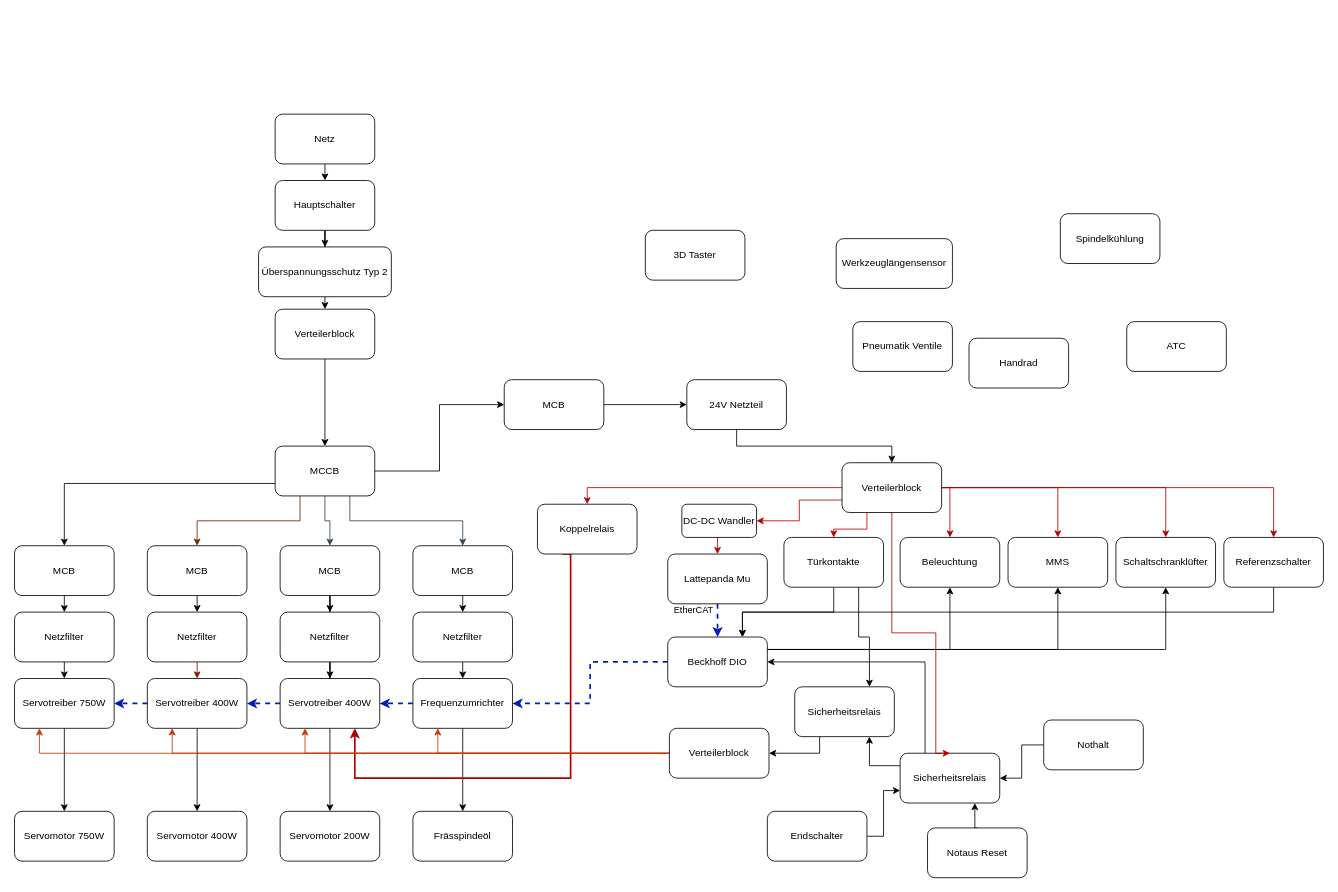
Before: Schaltschrank.drawio in Schlemihl45/DATUM-controll, a draw.io diagram. Source tidied: cells renumbered, new cells numbered last; positions are measured from the earlier drawing's top-left corner, leaving out a move shared by most shapes. Both pictures are drawn from the tidied source at 83%, with x=0, y=0 at pixel (14, 114).
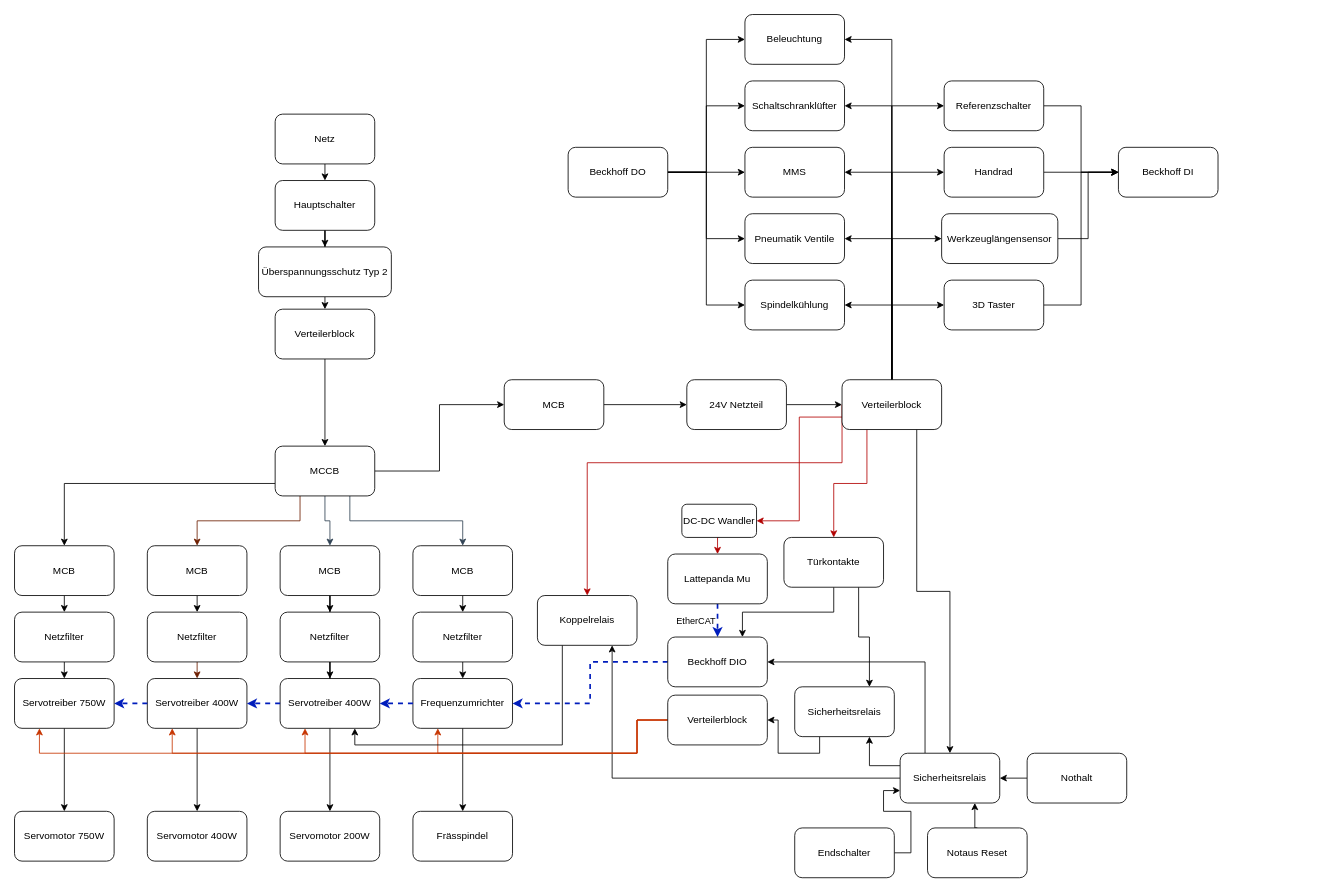
Above is the later version.

Unchanged cells that the change refers to:
```xml
<mxCell id="3" value="Servotreiber 750W" style="rounded=1;whiteSpace=wrap;html=1;" parent="1" vertex="1">
  <mxGeometry y="680" width="120" height="60" as="geometry" />
</mxCell>
<mxCell id="5" value="&lt;div&gt;Servotreiber 400W&lt;/div&gt;" style="rounded=1;whiteSpace=wrap;html=1;" parent="1" vertex="1">
  <mxGeometry x="160" y="680" width="120" height="60" as="geometry" />
</mxCell>
<mxCell id="7" value="&lt;div&gt;Servotreiber 400W&lt;/div&gt;" style="rounded=1;whiteSpace=wrap;html=1;" parent="1" vertex="1">
  <mxGeometry x="320" y="680" width="120" height="60" as="geometry" />
</mxCell>
<mxCell id="9" value="Frequenzumrichter" style="rounded=1;whiteSpace=wrap;html=1;" parent="1" vertex="1">
  <mxGeometry x="480" y="680" width="120" height="60" as="geometry" />
</mxCell>
<mxCell id="18" value="Sicherheitsrelais" style="rounded=1;whiteSpace=wrap;html=1;" parent="1" vertex="1">
  <mxGeometry x="1067" y="770" width="120" height="60" as="geometry" />
</mxCell>
<mxCell id="29" value="24V Netzteil" style="rounded=1;whiteSpace=wrap;html=1;" parent="1" vertex="1">
  <mxGeometry x="810" y="320" width="120" height="60" as="geometry" />
</mxCell>
<mxCell id="40" style="edgeStyle=orthogonalEdgeStyle;rounded=0;jettySize=auto;html=1;exitX=0.5;exitY=1;exitDx=0;exitDy=0;strokeWidth=2;fillColor=#0050ef;strokeColor=#001DBC;dashed=1;" parent="1" edge="1" source="42" target="88">
  <mxGeometry relative="1" as="geometry" />
</mxCell>
<mxCell id="88" value="Beckhoff DIO" style="rounded=1;whiteSpace=wrap;html=1;" parent="1" vertex="1">
  <mxGeometry x="787" y="630" width="120" height="60" as="geometry" />
</mxCell>
```

What changed in the source:
```diff
@@
-    <mxCell id="13" value="Frässpindeöl" style="rounded=1;whiteSpace=wrap;html=1;" parent="1" vertex="1">
+    <mxCell id="13" value="Frässpindel" style="rounded=1;whiteSpace=wrap;html=1;" parent="1" vertex="1">
       <mxGeometry x="480" y="840" width="120" height="60" as="geometry" />
     </mxCell>
@@
+    <mxCell id="107" style="edgeStyle=orthogonalEdgeStyle;rounded=0;jettySize=auto;html=1;exitX=0;exitY=0.5;exitDx=0;exitDy=0;entryX=0.75;entryY=1;entryDx=0;entryDy=0;" parent="1" edge="1" source="18" target="94">
+      <mxGeometry relative="1" as="geometry" />
+    </mxCell>
@@
     <mxCell id="20" value="Nothalt" style="rounded=1;whiteSpace=wrap;html=1;" parent="1" vertex="1">
-      <mxGeometry x="1240" y="730" width="120" height="60" as="geometry" />
+      <mxGeometry x="1220" y="770" width="120" height="60" as="geometry" />
     </mxCell>
@@
-    <mxCell id="28" style="edgeStyle=orthogonalEdgeStyle;rounded=0;jettySize=auto;html=1;exitX=0.5;exitY=1;exitDx=0;exitDy=0;entryX=0.5;entryY=0;entryDx=0;entryDy=0;" parent="1" edge="1" source="29" target="54">
+    <mxCell id="28" style="edgeStyle=orthogonalEdgeStyle;rounded=0;jettySize=auto;html=1;exitX=1;exitY=0.5;exitDx=0;exitDy=0;entryX=0;entryY=0.5;entryDx=0;entryDy=0;" parent="1" edge="1" source="29" target="54">
       <mxGeometry relative="1" as="geometry" />
     </mxCell>
@@
     <mxCell id="41" value="EtherCAT" style="edgeLabel;html=1;align=center;verticalAlign=middle;" parent="40" vertex="1">
       <mxGeometry x="-0.36" relative="1" as="geometry">
-        <mxPoint x="-30" y="-6" as="offset" />
+        <mxPoint x="-27" y="7" as="offset" />
       </mxGeometry>
     </mxCell>
@@
-    <mxCell id="45" style="edgeStyle=orthogonalEdgeStyle;rounded=0;jettySize=auto;html=1;exitX=0.25;exitY=1;exitDx=0;exitDy=0;entryX=0.75;entryY=1;entryDx=0;entryDy=0;fillColor=#e51400;strokeColor=#B20000;strokeWidth=2;" parent="1" edge="1" source="94" target="7">
-      <mxGeometry relative="1" as="geometry">
-        <Array as="points">
-          <mxPoint x="670" y="530" />
-          <mxPoint x="670" y="800" />
-          <mxPoint x="410" y="800" />
-        </Array>
-      </mxGeometry>
-    </mxCell>
-    <mxCell id="46" style="edgeStyle=orthogonalEdgeStyle;rounded=0;jettySize=auto;html=1;exitX=0.5;exitY=1;exitDx=0;exitDy=0;entryX=0.5;entryY=0;entryDx=0;entryDy=0;fillColor=#e51400;strokeColor=#B20000;" parent="1" edge="1" source="54" target="18">
-      <mxGeometry relative="1" as="geometry">
-        <Array as="points">
-          <mxPoint x="1057" y="625" />
-          <mxPoint x="1110" y="625" />
-          <mxPoint x="1110" y="770" />
-        </Array>
-      </mxGeometry>
-    </mxCell>
-    <mxCell id="47" style="edgeStyle=orthogonalEdgeStyle;rounded=0;jettySize=auto;html=1;exitX=1;exitY=0.5;exitDx=0;exitDy=0;entryX=0.5;entryY=0;entryDx=0;entryDy=0;fillColor=#e51400;strokeColor=#B20000;" parent="1" edge="1" source="54" target="90">
-      <mxGeometry relative="1" as="geometry">
-        <Array as="points">
-          <mxPoint x="1127" y="450" />
-        </Array>
-      </mxGeometry>
-    </mxCell>
-    <mxCell id="48" style="edgeStyle=orthogonalEdgeStyle;rounded=0;jettySize=auto;html=1;exitX=1;exitY=0.5;exitDx=0;exitDy=0;entryX=0.5;entryY=0;entryDx=0;entryDy=0;fillColor=#e51400;strokeColor=#B20000;" parent="1" edge="1" source="54" target="91">
-      <mxGeometry relative="1" as="geometry" />
-    </mxCell>
-    <mxCell id="49" style="edgeStyle=orthogonalEdgeStyle;rounded=0;jettySize=auto;html=1;exitX=1;exitY=0.5;exitDx=0;exitDy=0;entryX=0.5;entryY=0;entryDx=0;entryDy=0;fillColor=#e51400;strokeColor=#B20000;" parent="1" edge="1" source="54" target="81">
-      <mxGeometry relative="1" as="geometry" />
-    </mxCell>
-    <mxCell id="50" style="edgeStyle=orthogonalEdgeStyle;rounded=0;jettySize=auto;html=1;exitX=1;exitY=0.5;exitDx=0;exitDy=0;entryX=0.5;entryY=0;entryDx=0;entryDy=0;fillColor=#e51400;strokeColor=#B20000;" parent="1" edge="1" source="54" target="89">
-      <mxGeometry relative="1" as="geometry" />
-    </mxCell>
@@
     <mxCell id="53" style="edgeStyle=orthogonalEdgeStyle;rounded=0;jettySize=auto;html=1;exitX=0;exitY=0.5;exitDx=0;exitDy=0;entryX=0.5;entryY=0;entryDx=0;entryDy=0;fillColor=#e51400;strokeColor=#B20000;" parent="1" edge="1" source="54" target="94">
-      <mxGeometry relative="1" as="geometry" />
+      <mxGeometry relative="1" as="geometry">
+        <Array as="points">
+          <mxPoint x="997" y="420" />
+          <mxPoint x="690" y="420" />
+        </Array>
+      </mxGeometry>
     </mxCell>
+    <mxCell id="46" style="edgeStyle=orthogonalEdgeStyle;rounded=0;jettySize=auto;html=1;exitX=0.75;exitY=1;exitDx=0;exitDy=0;entryX=0.5;entryY=0;entryDx=0;entryDy=0;" parent="1" edge="1" source="54" target="18">
+      <mxGeometry relative="1" as="geometry" />
+    </mxCell>
+    <mxCell id="108" style="edgeStyle=orthogonalEdgeStyle;rounded=0;jettySize=auto;html=1;exitX=0.5;exitY=0;exitDx=0;exitDy=0;entryX=1;entryY=0.5;entryDx=0;entryDy=0;" parent="1" edge="1" source="54" target="105">
+      <mxGeometry relative="1" as="geometry" />
+    </mxCell>
+    <mxCell id="109" style="edgeStyle=orthogonalEdgeStyle;rounded=0;jettySize=auto;html=1;exitX=0.5;exitY=0;exitDx=0;exitDy=0;entryX=1;entryY=0.5;entryDx=0;entryDy=0;" parent="1" edge="1" source="54" target="103">
+      <mxGeometry relative="1" as="geometry" />
+    </mxCell>
+    <mxCell id="48" style="edgeStyle=orthogonalEdgeStyle;rounded=0;jettySize=auto;html=1;exitX=0.5;exitY=0;exitDx=0;exitDy=0;entryX=1;entryY=0.5;entryDx=0;entryDy=0;" parent="1" edge="1" source="54" target="91">
+      <mxGeometry relative="1" as="geometry" />
+    </mxCell>
+    <mxCell id="50" style="edgeStyle=orthogonalEdgeStyle;rounded=0;jettySize=auto;html=1;exitX=0.5;exitY=0;exitDx=0;exitDy=0;entryX=1;entryY=0.5;entryDx=0;entryDy=0;" parent="1" edge="1" source="54" target="89">
+      <mxGeometry relative="1" as="geometry" />
+    </mxCell>
+    <mxCell id="110" style="edgeStyle=orthogonalEdgeStyle;rounded=0;jettySize=auto;html=1;exitX=0.5;exitY=0;exitDx=0;exitDy=0;entryX=0;entryY=0.5;entryDx=0;entryDy=0;" parent="1" edge="1" source="54" target="102">
+      <mxGeometry relative="1" as="geometry" />
+    </mxCell>
+    <mxCell id="111" style="edgeStyle=orthogonalEdgeStyle;rounded=0;jettySize=auto;html=1;exitX=0.5;exitY=0;exitDx=0;exitDy=0;entryX=0;entryY=0.5;entryDx=0;entryDy=0;" parent="1" edge="1" source="54" target="101">
+      <mxGeometry relative="1" as="geometry" />
+    </mxCell>
+    <mxCell id="112" style="edgeStyle=orthogonalEdgeStyle;rounded=0;jettySize=auto;html=1;exitX=0.5;exitY=0;exitDx=0;exitDy=0;entryX=0;entryY=0.5;entryDx=0;entryDy=0;" parent="1" edge="1" source="54" target="104">
+      <mxGeometry relative="1" as="geometry" />
+    </mxCell>
+    <mxCell id="47" style="edgeStyle=orthogonalEdgeStyle;rounded=0;jettySize=auto;html=1;exitX=0.5;exitY=0;exitDx=0;exitDy=0;entryX=1;entryY=0.5;entryDx=0;entryDy=0;" parent="1" edge="1" source="54" target="90">
+      <mxGeometry relative="1" as="geometry" />
+    </mxCell>
+    <mxCell id="49" style="edgeStyle=orthogonalEdgeStyle;rounded=0;jettySize=auto;html=1;exitX=0.5;exitY=0;exitDx=0;exitDy=0;entryX=0;entryY=0.5;entryDx=0;entryDy=0;" parent="1" edge="1" source="54" target="81">
+      <mxGeometry relative="1" as="geometry" />
+    </mxCell>
     <mxCell id="54" value="Verteilerblock" style="rounded=1;whiteSpace=wrap;html=1;" parent="1" vertex="1">
-      <mxGeometry x="997" y="420" width="120" height="60" as="geometry" />
+      <mxGeometry x="997" y="320" width="120" height="60" as="geometry" />
     </mxCell>
@@
     <mxCell id="70" style="edgeStyle=orthogonalEdgeStyle;rounded=0;jettySize=auto;html=1;exitX=0;exitY=0.5;exitDx=0;exitDy=0;entryX=0.25;entryY=1;entryDx=0;entryDy=0;fillColor=#fa6800;strokeColor=#C73500;" parent="1" edge="1" source="74" target="9">
       <mxGeometry relative="1" as="geometry">
         <Array as="points">
-          <mxPoint x="789" y="770" />
+          <mxPoint x="750" y="730" />
+          <mxPoint x="750" y="770" />
           <mxPoint x="510" y="770" />
         </Array>
       </mxGeometry>
     </mxCell>
     <mxCell id="71" style="edgeStyle=orthogonalEdgeStyle;rounded=0;jettySize=auto;html=1;exitX=0;exitY=0.5;exitDx=0;exitDy=0;entryX=0.25;entryY=1;entryDx=0;entryDy=0;fillColor=#fa6800;strokeColor=#C73500;" parent="1" edge="1" source="74" target="7">
       <mxGeometry relative="1" as="geometry">
         <Array as="points">
-          <mxPoint x="789" y="770" />
+          <mxPoint x="750" y="730" />
+          <mxPoint x="750" y="770" />
           <mxPoint x="350" y="770" />
         </Array>
       </mxGeometry>
     </mxCell>
     <mxCell id="72" style="edgeStyle=orthogonalEdgeStyle;rounded=0;jettySize=auto;html=1;exitX=0;exitY=0.5;exitDx=0;exitDy=0;entryX=0.25;entryY=1;entryDx=0;entryDy=0;fillColor=#fa6800;strokeColor=#C73500;" parent="1" edge="1" source="74" target="5">
       <mxGeometry relative="1" as="geometry">
         <Array as="points">
-          <mxPoint x="789" y="770" />
+          <mxPoint x="750" y="730" />
+          <mxPoint x="750" y="770" />
           <mxPoint x="190" y="770" />
         </Array>
       </mxGeometry>
     </mxCell>
     <mxCell id="73" style="edgeStyle=orthogonalEdgeStyle;rounded=0;jettySize=auto;html=1;exitX=0;exitY=0.5;exitDx=0;exitDy=0;entryX=0.25;entryY=1;entryDx=0;entryDy=0;fillColor=#fa6800;strokeColor=#C73500;" parent="1" edge="1" source="74" target="3">
       <mxGeometry relative="1" as="geometry">
         <Array as="points">
-          <mxPoint x="789" y="770" />
+          <mxPoint x="750" y="730" />
+          <mxPoint x="750" y="770" />
           <mxPoint x="30" y="770" />
         </Array>
       </mxGeometry>
     </mxCell>
     <mxCell id="74" value="Verteilerblock" style="rounded=1;whiteSpace=wrap;html=1;" parent="1" vertex="1">
-      <mxGeometry x="789" y="740" width="120" height="60" as="geometry" />
+      <mxGeometry x="787" y="700" width="120" height="60" as="geometry" />
     </mxCell>
@@
-    <mxCell id="80" style="edgeStyle=orthogonalEdgeStyle;rounded=0;jettySize=auto;html=1;exitX=0.5;exitY=1;exitDx=0;exitDy=0;entryX=0.75;entryY=0;entryDx=0;entryDy=0;" parent="1" edge="1" source="81" target="88">
-      <mxGeometry relative="1" as="geometry" />
-    </mxCell>
+    <mxCell id="113" style="edgeStyle=orthogonalEdgeStyle;rounded=0;jettySize=auto;html=1;exitX=1;exitY=0.5;exitDx=0;exitDy=0;entryX=0;entryY=0.5;entryDx=0;entryDy=0;" parent="1" edge="1" source="81" target="117">
+      <mxGeometry relative="1" as="geometry" />
+    </mxCell>
     <mxCell id="81" value="Referenzschalter" style="rounded=1;whiteSpace=wrap;html=1;" parent="1" vertex="1">
-      <mxGeometry x="1457" y="510" width="120" height="60" as="geometry" />
+      <mxGeometry x="1120" y="-40" width="120" height="60" as="geometry" />
     </mxCell>
@@
     <mxCell id="83" value="Endschalter" style="rounded=1;whiteSpace=wrap;html=1;" parent="1" vertex="1">
-      <mxGeometry x="907" y="840" width="120" height="60" as="geometry" />
+      <mxGeometry x="940" y="860" width="120" height="60" as="geometry" />
     </mxCell>
@@
-    <mxCell id="85" style="edgeStyle=orthogonalEdgeStyle;rounded=0;jettySize=auto;html=1;exitX=1;exitY=0.25;exitDx=0;exitDy=0;entryX=0.5;entryY=1;entryDx=0;entryDy=0;" parent="1" edge="1" source="88" target="89">
-      <mxGeometry relative="1" as="geometry" />
-    </mxCell>
-    <mxCell id="86" style="edgeStyle=orthogonalEdgeStyle;rounded=0;jettySize=auto;html=1;exitX=1;exitY=0.25;exitDx=0;exitDy=0;entryX=0.5;entryY=1;entryDx=0;entryDy=0;" parent="1" edge="1" source="88" target="90">
-      <mxGeometry relative="1" as="geometry" />
-    </mxCell>
-    <mxCell id="87" style="edgeStyle=orthogonalEdgeStyle;rounded=0;jettySize=auto;html=1;exitX=1;exitY=0.25;exitDx=0;exitDy=0;entryX=0.5;entryY=1;entryDx=0;entryDy=0;" parent="1" edge="1" source="88" target="91">
-      <mxGeometry relative="1" as="geometry" />
-    </mxCell>
@@
     <mxCell id="89" value="Schaltschranklüfter" style="rounded=1;whiteSpace=wrap;html=1;" parent="1" vertex="1">
-      <mxGeometry x="1327" y="510" width="120" height="60" as="geometry" />
+      <mxGeometry x="880" y="-40" width="120" height="60" as="geometry" />
     </mxCell>
     <mxCell id="90" value="Beleuchtung" style="rounded=1;whiteSpace=wrap;html=1;" parent="1" vertex="1">
-      <mxGeometry x="1067" y="510" width="120" height="60" as="geometry" />
+      <mxGeometry x="880" y="-120" width="120" height="60" as="geometry" />
     </mxCell>
     <mxCell id="91" value="MMS" style="rounded=1;whiteSpace=wrap;html=1;" parent="1" vertex="1">
-      <mxGeometry x="1197" y="510" width="120" height="60" as="geometry" />
+      <mxGeometry x="880" y="40" width="120" height="60" as="geometry" />
     </mxCell>
@@
+    <mxCell id="45" style="edgeStyle=orthogonalEdgeStyle;rounded=0;jettySize=auto;html=1;exitX=0.25;exitY=1;exitDx=0;exitDy=0;entryX=0.75;entryY=1;entryDx=0;entryDy=0;" parent="1" edge="1" source="94" target="7">
+      <mxGeometry relative="1" as="geometry" />
+    </mxCell>
     <mxCell id="94" value="Koppelrelais" style="rounded=1;whiteSpace=wrap;html=1;" parent="1" vertex="1">
-      <mxGeometry x="630" y="470" width="120" height="60" as="geometry" />
+      <mxGeometry x="630" y="580" width="120" height="60" as="geometry" />
     </mxCell>
@@
+    <mxCell id="114" style="edgeStyle=orthogonalEdgeStyle;rounded=0;jettySize=auto;html=1;exitX=1;exitY=0.5;exitDx=0;exitDy=0;entryX=0;entryY=0.5;entryDx=0;entryDy=0;" parent="1" edge="1" source="101" target="117">
+      <mxGeometry relative="1" as="geometry" />
+    </mxCell>
     <mxCell id="101" value="Werkzeuglängensensor" style="rounded=1;whiteSpace=wrap;html=1;" parent="1" vertex="1">
-      <mxGeometry x="990" y="150" width="140" height="60" as="geometry" />
+      <mxGeometry x="1117" y="120" width="140" height="60" as="geometry" />
     </mxCell>
+    <mxCell id="115" style="edgeStyle=orthogonalEdgeStyle;rounded=0;jettySize=auto;html=1;exitX=1;exitY=0.5;exitDx=0;exitDy=0;entryX=0;entryY=0.5;entryDx=0;entryDy=0;" parent="1" edge="1" source="102" target="117">
+      <mxGeometry relative="1" as="geometry" />
+    </mxCell>
     <mxCell id="102" value="3D Taster" style="rounded=1;whiteSpace=wrap;html=1;" parent="1" vertex="1">
-      <mxGeometry x="760" y="140" width="120" height="60" as="geometry" />
+      <mxGeometry x="1120" y="200" width="120" height="60" as="geometry" />
     </mxCell>
     <mxCell id="103" value="Pneumatik Ventile" style="rounded=1;whiteSpace=wrap;html=1;" parent="1" vertex="1">
-      <mxGeometry x="1010" y="250" width="120" height="60" as="geometry" />
+      <mxGeometry x="880" y="120" width="120" height="60" as="geometry" />
     </mxCell>
+    <mxCell id="116" style="edgeStyle=orthogonalEdgeStyle;rounded=0;jettySize=auto;html=1;exitX=1;exitY=0.5;exitDx=0;exitDy=0;entryX=0;entryY=0.5;entryDx=0;entryDy=0;" parent="1" edge="1" source="104" target="117">
+      <mxGeometry relative="1" as="geometry" />
+    </mxCell>
     <mxCell id="104" value="Handrad" style="rounded=1;whiteSpace=wrap;html=1;" parent="1" vertex="1">
-      <mxGeometry x="1150" y="270" width="120" height="60" as="geometry" />
+      <mxGeometry x="1120" y="40" width="120" height="60" as="geometry" />
     </mxCell>
     <mxCell id="105" value="Spindelkühlung" style="rounded=1;whiteSpace=wrap;html=1;" parent="1" vertex="1">
-      <mxGeometry x="1260" y="120" width="120" height="60" as="geometry" />
+      <mxGeometry x="880" y="200" width="120" height="60" as="geometry" />
     </mxCell>
-    <mxCell id="106" value="ATC" style="rounded=1;whiteSpace=wrap;html=1;" parent="1" vertex="1">
-      <mxGeometry x="1340" y="250" width="120" height="60" as="geometry" />
-    </mxCell>
+    <mxCell id="117" value="Beckhoff DI" style="rounded=1;whiteSpace=wrap;html=1;" parent="1" vertex="1">
+      <mxGeometry x="1330" y="40" width="120" height="60" as="geometry" />
+    </mxCell>
+    <mxCell id="118" style="edgeStyle=orthogonalEdgeStyle;rounded=0;jettySize=auto;html=1;exitX=1;exitY=0.5;exitDx=0;exitDy=0;entryX=0;entryY=0.5;entryDx=0;entryDy=0;" parent="1" edge="1" source="123" target="91">
+      <mxGeometry relative="1" as="geometry" />
+    </mxCell>
+    <mxCell id="119" style="edgeStyle=orthogonalEdgeStyle;rounded=0;jettySize=auto;html=1;exitX=1;exitY=0.5;exitDx=0;exitDy=0;entryX=0;entryY=0.5;entryDx=0;entryDy=0;" parent="1" edge="1" source="123" target="89">
+      <mxGeometry relative="1" as="geometry" />
+    </mxCell>
+    <mxCell id="120" style="edgeStyle=orthogonalEdgeStyle;rounded=0;jettySize=auto;html=1;exitX=1;exitY=0.5;exitDx=0;exitDy=0;entryX=0;entryY=0.5;entryDx=0;entryDy=0;" parent="1" edge="1" source="123" target="90">
+      <mxGeometry relative="1" as="geometry" />
+    </mxCell>
+    <mxCell id="121" style="edgeStyle=orthogonalEdgeStyle;rounded=0;jettySize=auto;html=1;exitX=1;exitY=0.5;exitDx=0;exitDy=0;entryX=0;entryY=0.5;entryDx=0;entryDy=0;" parent="1" edge="1" source="123" target="103">
+      <mxGeometry relative="1" as="geometry" />
+    </mxCell>
+    <mxCell id="122" style="edgeStyle=orthogonalEdgeStyle;rounded=0;jettySize=auto;html=1;exitX=1;exitY=0.5;exitDx=0;exitDy=0;entryX=0;entryY=0.5;entryDx=0;entryDy=0;" parent="1" edge="1" source="123" target="105">
+      <mxGeometry relative="1" as="geometry" />
+    </mxCell>
+    <mxCell id="123" value="Beckhoff DO" style="rounded=1;whiteSpace=wrap;html=1;" parent="1" vertex="1">
+      <mxGeometry x="667" y="40" width="120" height="60" as="geometry" />
+    </mxCell>
```
